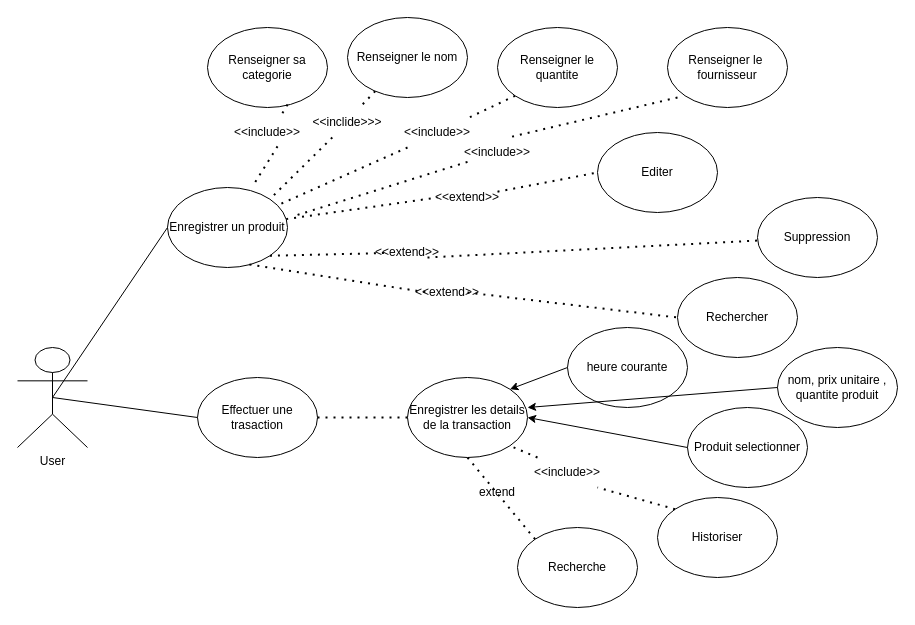
Before: page "Page-4" (4 of 4) of Untitled Diagram.drawio in arseneRuben/CinsolManagement, a draw.io diagram. Source tidied: cells renumbered, new cells numbered last; positions are measured from the earlier drawing's top-left corner, leaving out a move shared by most shapes. Both pictures are drawn from the tidied source at 100%, with x=0, y=0 at pixel (17, 17).
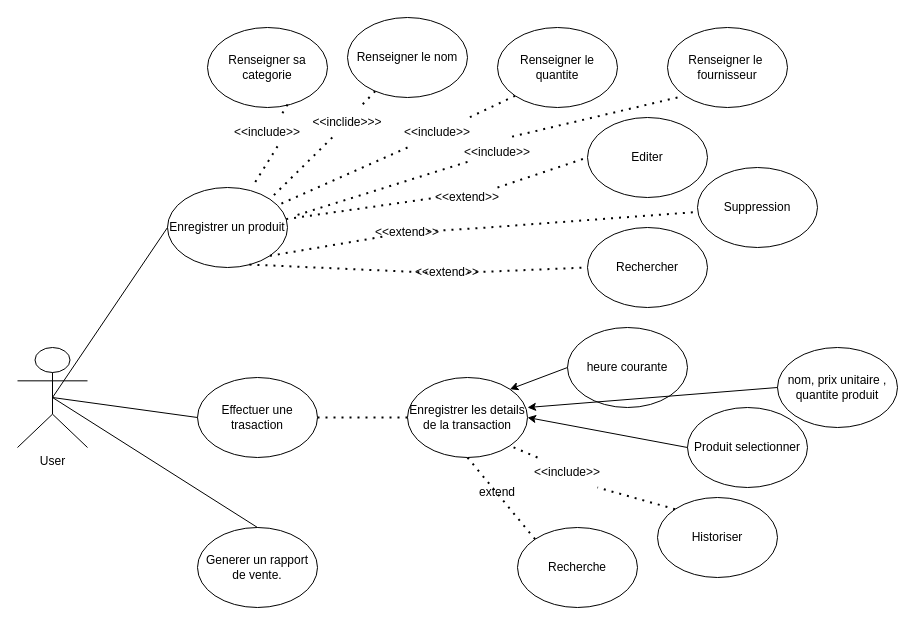
After the change.

The change refers to these unchanged cells:
```xml
<mxCell id="2" value="User" style="shape=umlActor;verticalLabelPosition=bottom;verticalAlign=top;html=1;outlineConnect=0;" parent="1" vertex="1">
  <mxGeometry y="330" width="70" height="100" as="geometry" />
</mxCell>
```

What changed in the source:
```diff
@@
     <mxCell id="13" value="Editer" style="ellipse;whiteSpace=wrap;html=1;" parent="1" vertex="1">
-      <mxGeometry x="580" y="115" width="120" height="80" as="geometry" />
+      <mxGeometry x="570" y="100" width="120" height="80" as="geometry" />
     </mxCell>
     <mxCell id="14" value="Suppression" style="ellipse;whiteSpace=wrap;html=1;" parent="1" vertex="1">
-      <mxGeometry x="740" y="180" width="120" height="80" as="geometry" />
+      <mxGeometry x="680" y="150" width="120" height="80" as="geometry" />
     </mxCell>
@@
     <mxCell id="16" style="endArrow=none;dashed=1;html=1;dashPattern=1 3;strokeWidth=2;rounded=0;" parent="1" edge="1" source="20" target="14">
       <mxGeometry relative="1" as="geometry">
         <Array as="points">
-          <mxPoint x="410" y="240" />
+          <mxPoint x="470" y="210" />
         </Array>
       </mxGeometry>
     </mxCell>
@@
     <mxCell id="20" value="&amp;lt;&amp;lt;extend&amp;gt;&amp;gt;" style="text;html=1;strokeColor=none;fillColor=none;align=center;verticalAlign=middle;whiteSpace=wrap;rounded=0;" parent="1" vertex="1">
-      <mxGeometry x="370" y="220" width="40" height="30" as="geometry" />
+      <mxGeometry x="370" y="200" width="40" height="30" as="geometry" />
     </mxCell>
@@
     <mxCell id="34" value="Rechercher" style="ellipse;whiteSpace=wrap;html=1;" parent="1" vertex="1">
-      <mxGeometry x="660" y="260" width="120" height="80" as="geometry" />
+      <mxGeometry x="570" y="210" width="120" height="80" as="geometry" />
     </mxCell>
@@
     <mxCell id="37" value="&amp;lt;&amp;lt;extend&amp;gt;&amp;gt;" style="text;html=1;strokeColor=none;fillColor=none;align=center;verticalAlign=middle;whiteSpace=wrap;rounded=0;" parent="1" vertex="1">
-      <mxGeometry x="410" y="260" width="40" height="30" as="geometry" />
+      <mxGeometry x="410" y="240" width="40" height="30" as="geometry" />
     </mxCell>
@@
+    <mxCell id="51" value="Generer un rapport de vente." style="ellipse;whiteSpace=wrap;html=1;" parent="1" vertex="1">
+      <mxGeometry x="180" y="510" width="120" height="80" as="geometry" />
+    </mxCell>
+    <mxCell id="52" style="endArrow=none;html=1;rounded=0;exitX=0.5;exitY=0;exitDx=0;exitDy=0;entryX=0.5;entryY=0.5;entryDx=0;entryDy=0;entryPerimeter=0;" parent="1" edge="1" source="51" target="2">
+      <mxGeometry relative="1" as="geometry" />
+    </mxCell>
```
